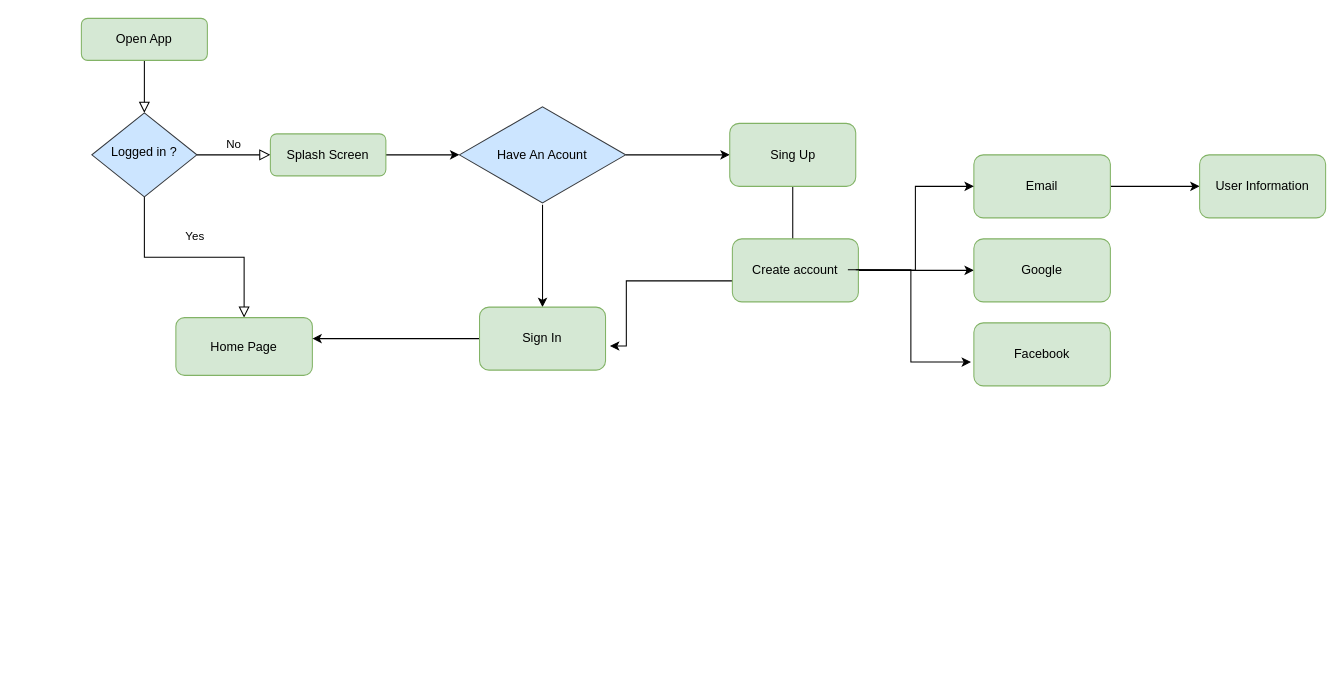
Earlier version of the draw.io diagram Rusookh_app.drawio (Mohammed-ElSherif/Rusookh_app). Source tidied: cells renumbered, new cells numbered last; positions are measured from the earlier drawing's top-left corner, leaving out a move shared by most shapes. Both pictures are drawn from the tidied source at 105%, with x=0, y=0 at pixel (81, 18).
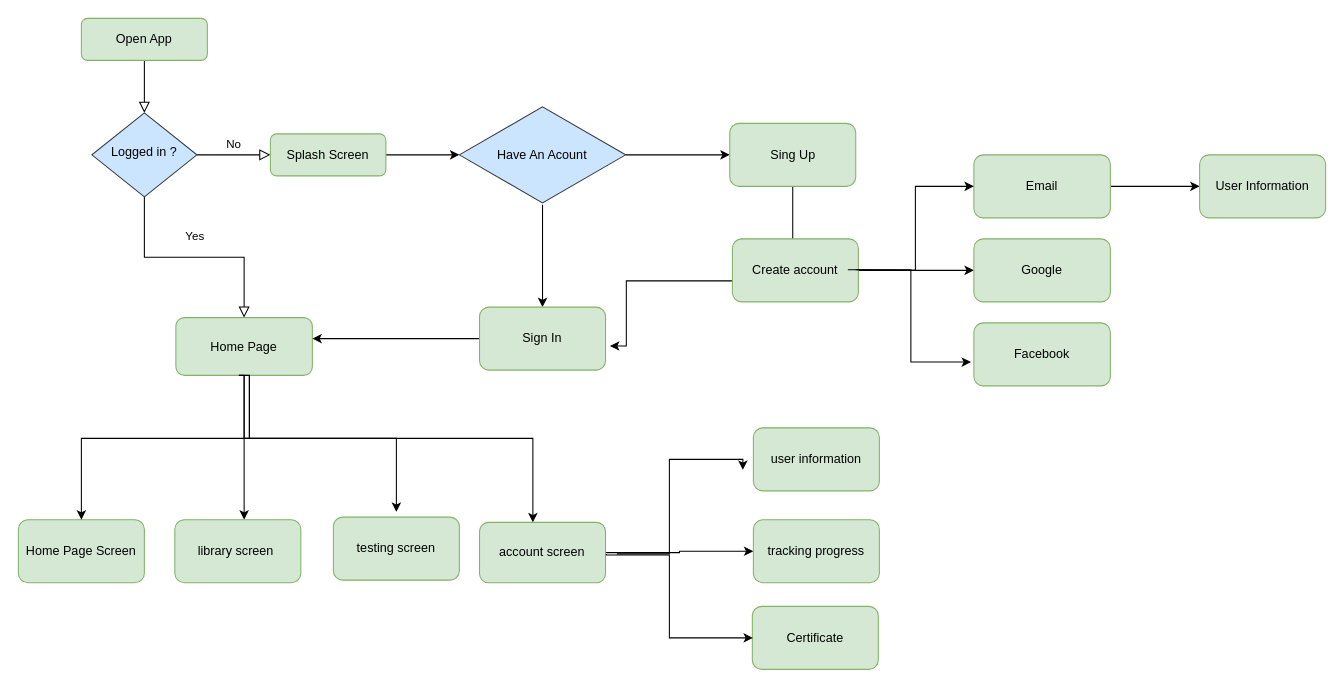
Above is the later version.

Commit message:
finishing part two

The change refers to these unchanged cells:
```xml
<mxCell id="9" value="Home Page" style="rounded=1;whiteSpace=wrap;html=1;fontSize=12;glass=0;strokeWidth=1;shadow=0;fillColor=#d5e8d4;strokeColor=#82b366;" parent="1" vertex="1">
  <mxGeometry x="90" y="285" width="130" height="55" as="geometry" />
</mxCell>
```

Change to the diagram source:
```diff
@@
+    <mxCell id="27" style="edgeStyle=orthogonalEdgeStyle;rounded=0;jettySize=auto;html=1;" parent="1" edge="1" source="9" target="28">
+      <mxGeometry relative="1" as="geometry">
+        <Array as="points">
+          <mxPoint x="155" y="450" />
+          <mxPoint x="155" y="450" />
+        </Array>
+      </mxGeometry>
+    </mxCell>
@@
+    <mxCell id="28" value="library screen&amp;nbsp;" style="whiteSpace=wrap;html=1;fillColor=#d5e8d4;strokeColor=#82b366;rounded=1;glass=0;strokeWidth=1;shadow=0;" parent="1" vertex="1">
+      <mxGeometry x="89" y="477.5" width="120" height="60" as="geometry" />
+    </mxCell>
+    <mxCell id="29" value="Home Page Screen" style="whiteSpace=wrap;html=1;fillColor=#d5e8d4;strokeColor=#82b366;rounded=1;glass=0;strokeWidth=1;shadow=0;" parent="1" vertex="1">
+      <mxGeometry x="-60" y="477.5" width="120" height="60" as="geometry" />
+    </mxCell>
+    <mxCell id="30" value="testing screen" style="whiteSpace=wrap;html=1;fillColor=#d5e8d4;strokeColor=#82b366;rounded=1;glass=0;strokeWidth=1;shadow=0;" parent="1" vertex="1">
+      <mxGeometry x="240" y="475" width="120" height="60" as="geometry" />
+    </mxCell>
+    <mxCell id="31" style="edgeStyle=orthogonalEdgeStyle;rounded=0;jettySize=auto;html=1;exitX=0.462;exitY=1;exitDx=0;exitDy=0;exitPerimeter=0;" parent="1" edge="1" source="9">
+      <mxGeometry relative="1" as="geometry">
+        <mxPoint x="300" y="470" as="targetPoint" />
+        <Array as="points">
+          <mxPoint x="155" y="340" />
+          <mxPoint x="155" y="400" />
+          <mxPoint x="300" y="400" />
+        </Array>
+      </mxGeometry>
+    </mxCell>
+    <mxCell id="32" style="edgeStyle=orthogonalEdgeStyle;rounded=0;jettySize=auto;html=1;" parent="1" edge="1" source="33" target="36">
+      <mxGeometry relative="1" as="geometry" />
+    </mxCell>
+    <mxCell id="33" value="account screen" style="whiteSpace=wrap;html=1;fillColor=#d5e8d4;strokeColor=#82b366;rounded=1;glass=0;strokeWidth=1;shadow=0;" parent="1" vertex="1">
+      <mxGeometry x="379.2" y="480" width="120" height="57.5" as="geometry" />
+    </mxCell>
+    <mxCell id="34" style="edgeStyle=orthogonalEdgeStyle;rounded=0;orthogonalLoop=1;jettySize=auto;html=1;" parent="1" edge="1">
+      <mxGeometry relative="1" as="geometry">
+        <mxPoint x="150" y="340" as="sourcePoint" />
+        <mxPoint x="430" y="480" as="targetPoint" />
+        <Array as="points">
+          <mxPoint x="160" y="340" />
+          <mxPoint x="160" y="400" />
+          <mxPoint x="430" y="400" />
+        </Array>
+      </mxGeometry>
+    </mxCell>
+    <mxCell id="35" style="edgeStyle=orthogonalEdgeStyle;rounded=0;jettySize=auto;html=1;entryX=0.5;entryY=0;entryDx=0;entryDy=0;" parent="1" edge="1" target="29">
+      <mxGeometry relative="1" as="geometry">
+        <mxPoint x="160" y="340" as="sourcePoint" />
+        <Array as="points">
+          <mxPoint x="160" y="400" />
+          <mxPoint y="400" />
+        </Array>
+      </mxGeometry>
+    </mxCell>
+    <mxCell id="36" value="tracking progress" style="whiteSpace=wrap;html=1;fillColor=#d5e8d4;strokeColor=#82b366;rounded=1;glass=0;strokeWidth=1;shadow=0;" parent="1" vertex="1">
+      <mxGeometry x="640" y="477.5" width="120" height="60" as="geometry" />
+    </mxCell>
+    <mxCell id="37" value="Certificate" style="whiteSpace=wrap;html=1;fillColor=#d5e8d4;strokeColor=#82b366;rounded=1;glass=0;strokeWidth=1;shadow=0;" parent="1" vertex="1">
+      <mxGeometry x="639" y="560" width="120" height="60" as="geometry" />
+    </mxCell>
+    <mxCell id="38" value="user information" style="whiteSpace=wrap;html=1;fillColor=#d5e8d4;strokeColor=#82b366;rounded=1;glass=0;strokeWidth=1;shadow=0;" parent="1" vertex="1">
+      <mxGeometry x="640" y="390" width="120" height="60" as="geometry" />
+    </mxCell>
+    <mxCell id="39" style="edgeStyle=orthogonalEdgeStyle;rounded=0;orthogonalLoop=1;jettySize=auto;html=1;" parent="1" edge="1">
+      <mxGeometry relative="1" as="geometry">
+        <mxPoint x="500" y="510" as="sourcePoint" />
+        <mxPoint x="639.6" y="590" as="targetPoint" />
+        <Array as="points">
+          <mxPoint x="560" y="511" />
+          <mxPoint x="560" y="590" />
+        </Array>
+      </mxGeometry>
+    </mxCell>
+    <mxCell id="40" style="edgeStyle=orthogonalEdgeStyle;rounded=0;orthogonalLoop=1;jettySize=auto;html=1;" parent="1" edge="1">
+      <mxGeometry relative="1" as="geometry">
+        <mxPoint x="510" y="510" as="sourcePoint" />
+        <mxPoint x="630" y="430" as="targetPoint" />
+        <Array as="points">
+          <mxPoint x="560" y="510" />
+          <mxPoint x="560" y="420" />
+          <mxPoint x="630" y="420" />
+        </Array>
+      </mxGeometry>
+    </mxCell>
```
